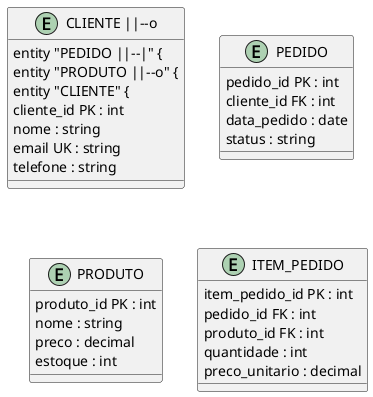
Earlier version of the PlantUML export class04/diagrams/BD-04-EntidadeRelacionamento.png (giovanebarcelos/bd-sandbox). The source it was exported from:
```plantuml
@startuml


entity "CLIENTE ||--o" {
entity "PEDIDO ||--|" {
entity "PRODUTO ||--o" {
entity "CLIENTE" {
  cliente_id PK : int
  nome : string
  email UK : string
  telefone : string
}
entity "PEDIDO" {
  pedido_id PK : int
  cliente_id FK : int
  data_pedido : date
  status : string
}
entity "PRODUTO" {
  produto_id PK : int
  nome : string
  preco : decimal
  estoque : int
}
entity "ITEM_PEDIDO" {
  item_pedido_id PK : int
  pedido_id FK : int
  produto_id FK : int
  quantidade : int
  preco_unitario : decimal
}
@enduml
```
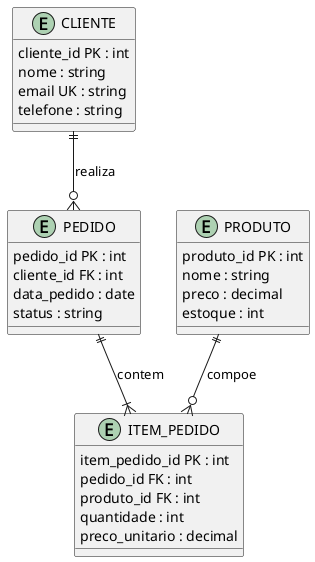
The same diagram one commit later.

The edit, as a diff of the source:
```diff
@@ -1,9 +1,6 @@
 @startuml
 
 
-entity "CLIENTE ||--o" {
-entity "PEDIDO ||--|" {
-entity "PRODUTO ||--o" {
 entity "CLIENTE" {
   cliente_id PK : int
   nome : string
@@ -29,4 +26,7 @@
   quantidade : int
   preco_unitario : decimal
 }
+CLIENTE ||--o{ PEDIDO : realiza
+PEDIDO ||--|{ ITEM_PEDIDO : contem
+PRODUTO ||--o{ ITEM_PEDIDO : compoe
 @enduml
```
